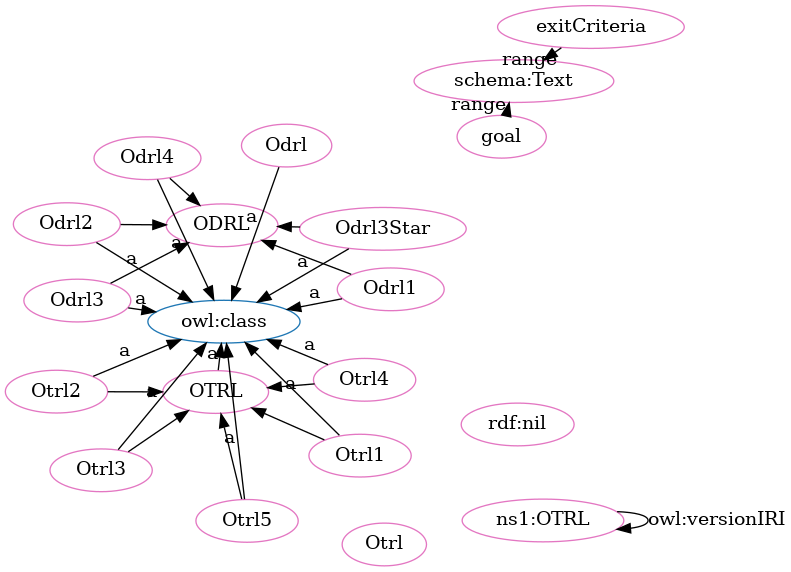
Earlier version of the Graphviz export OTRL-clean.png (OPEN-NEXT/OKH-LOSH). Its source is kept beside it as OTRL-clean.dot.
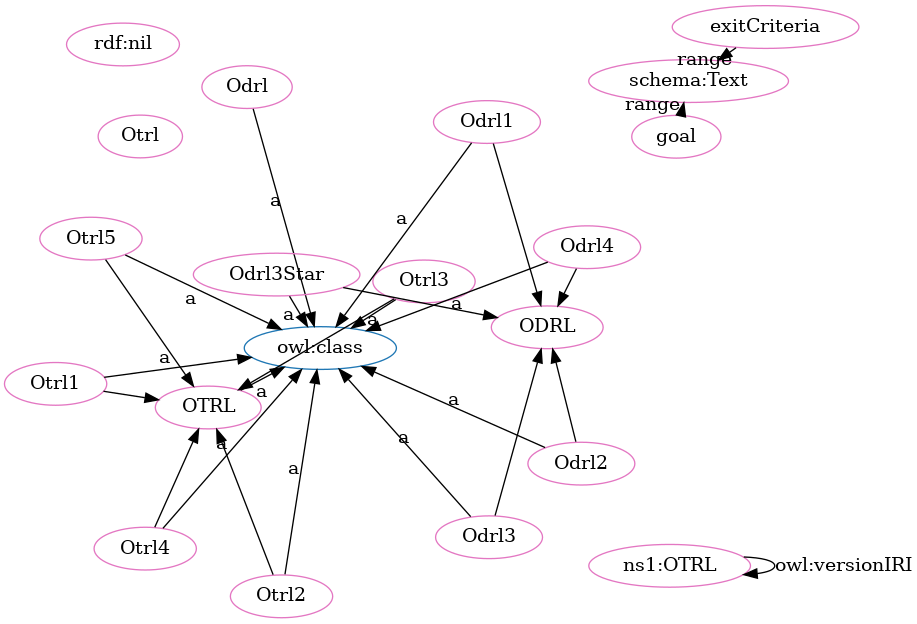
The same file after the commit.

The edit, as a diff of the source:
```diff
@@ -1,51 +1,51 @@
 digraph G {
   rankdir=BT
   node[height=.3]
-"http://purl.org/oseg/ontologies/OTRL#ODRL" [fillcolor="#1f77b4" color="#1f77b4" label="ODRL"]
 "http://purl.org/oseg/ontologies/OTRL#OTRL" [fillcolor="#1f77b4" color="#1f77b4" label="OTRL"]
 "http://www.w3.org/2002/07/owl#class" [fillcolor="#1f77b4" color="#1f77b4" label="owl:class"]
+"http://purl.org/oseg/ontologies/OTRL#ODRL" [fillcolor="#1f77b4" color="#1f77b4" label="ODRL"]
+"http://schema.org/Text" [fillcolor="#e377c2" color="#e377c2" label="schema:Text"]
+"http://purl.org/oseg/ontologies/OTRL#OTRL" [fillcolor="#e377c2" color="#e377c2" label="OTRL"]
+"http://purl.org/oseg/ontologies/OTRL#exitCriteria" [fillcolor="#e377c2" color="#e377c2" label="exitCriteria"]
+"http://purl.org/oseg/ontologies/OTRL#Odrl" [fillcolor="#e377c2" color="#e377c2" label="Odrl"]
 "http://purl.org/oseg/ontologies/OTRL#ODRL" [fillcolor="#e377c2" color="#e377c2" label="ODRL"]
+"http://purl.org/oseg/ontologies/OTRL#Otrl3" [fillcolor="#e377c2" color="#e377c2" label="Otrl3"]
+"http://purl.org/oseg/ontologies/OTRL#Odrl3Star" [fillcolor="#e377c2" color="#e377c2" label="Odrl3Star"]
+"http://purl.org/oseg/ontologies/OTRL#Otrl1" [fillcolor="#e377c2" color="#e377c2" label="Otrl1"]
+"http://purl.org/oseg/ontologies/OTRL#Otrl2" [fillcolor="#e377c2" color="#e377c2" label="Otrl2"]
+"http://purl.org/oseg/ontologies/OTRL#Odrl3" [fillcolor="#e377c2" color="#e377c2" label="Odrl3"]
+"http://www.w3.org/1999/02/22-rdf-syntax-ns#nil" [fillcolor="#e377c2" color="#e377c2" label="rdf:nil"]
+"http://purl.org/oseg/ontologies/OTRL#goal" [fillcolor="#e377c2" color="#e377c2" label="goal"]
+"http://purl.org/oseg/ontologies/OTRL#Otrl4" [fillcolor="#e377c2" color="#e377c2" label="Otrl4"]
+"http://purl.org/oseg/ontologies/OTRL#Odrl2" [fillcolor="#e377c2" color="#e377c2" label="Odrl2"]
+"http://purl.org/oseg/ontologies/OTRL#Otrl5" [fillcolor="#e377c2" color="#e377c2" label="Otrl5"]
+"http://purl.org/oseg/ontologies/OTRL" [fillcolor="#e377c2" color="#e377c2" label="ns1:OTRL"]
+"http://purl.org/oseg/ontologies/OTRL#Odrl4" [fillcolor="#e377c2" color="#e377c2" label="Odrl4"]
+"http://purl.org/oseg/ontologies/OTRL#Odrl1" [fillcolor="#e377c2" color="#e377c2" label="Odrl1"]
 "http://purl.org/oseg/ontologies/OTRL#Otrl" [fillcolor="#e377c2" color="#e377c2" label="Otrl"]
-"http://purl.org/oseg/ontologies/OTRL#Odrl2" [fillcolor="#e377c2" color="#e377c2" label="Odrl2"]
-"http://purl.org/oseg/ontologies/OTRL#OTRL" [fillcolor="#e377c2" color="#e377c2" label="OTRL"]
-"http://schema.org/Text" [fillcolor="#e377c2" color="#e377c2" label="schema:Text"]
-"http://purl.org/oseg/ontologies/OTRL#Odrl4" [fillcolor="#e377c2" color="#e377c2" label="Odrl4"]
-"http://www.w3.org/1999/02/22-rdf-syntax-ns#nil" [fillcolor="#e377c2" color="#e377c2" label="rdf:nil"]
-"http://purl.org/oseg/ontologies/OTRL#Odrl" [fillcolor="#e377c2" color="#e377c2" label="Odrl"]
-"http://purl.org/oseg/ontologies/OTRL#Otrl3" [fillcolor="#e377c2" color="#e377c2" label="Otrl3"]
-"http://purl.org/oseg/ontologies/OTRL#Otrl1" [fillcolor="#e377c2" color="#e377c2" label="Otrl1"]
-"http://purl.org/oseg/ontologies/OTRL#Odrl3" [fillcolor="#e377c2" color="#e377c2" label="Odrl3"]
-"http://purl.org/oseg/ontologies/OTRL#Otrl5" [fillcolor="#e377c2" color="#e377c2" label="Otrl5"]
-"http://purl.org/oseg/ontologies/OTRL#exitCriteria" [fillcolor="#e377c2" color="#e377c2" label="exitCriteria"]
-"http://purl.org/oseg/ontologies/OTRL#Odrl1" [fillcolor="#e377c2" color="#e377c2" label="Odrl1"]
-"http://purl.org/oseg/ontologies/OTRL#goal" [fillcolor="#e377c2" color="#e377c2" label="goal"]
-"http://purl.org/oseg/ontologies/OTRL" [fillcolor="#e377c2" color="#e377c2" label="ns1:OTRL"]
-"http://purl.org/oseg/ontologies/OTRL#Otrl2" [fillcolor="#e377c2" color="#e377c2" label="Otrl2"]
-"http://purl.org/oseg/ontologies/OTRL#Odrl3Star" [fillcolor="#e377c2" color="#e377c2" label="Odrl3Star"]
-"http://purl.org/oseg/ontologies/OTRL#Otrl4" [fillcolor="#e377c2" color="#e377c2" label="Otrl4"]
+  "http://purl.org/oseg/ontologies/OTRL#Odrl" -> "http://www.w3.org/2002/07/owl#class" [label="a"]
+  "http://purl.org/oseg/ontologies/OTRL#Otrl3" -> "http://www.w3.org/2002/07/owl#class" [label="a"]
+  "http://purl.org/oseg/ontologies/OTRL#Odrl3Star" -> "http://www.w3.org/2002/07/owl#class" [label="a"]
+  "http://purl.org/oseg/ontologies/OTRL#Otrl1" -> "http://www.w3.org/2002/07/owl#class" [label="a"]
+  "http://purl.org/oseg/ontologies/OTRL#Otrl2" -> "http://www.w3.org/2002/07/owl#class" [label="a"]
+  "http://purl.org/oseg/ontologies/OTRL#Odrl3Star" -> "http://purl.org/oseg/ontologies/OTRL#ODRL" [label=""]
+  "http://purl.org/oseg/ontologies/OTRL#Odrl3" -> "http://www.w3.org/2002/07/owl#class" [label="a"]
   "http://purl.org/oseg/ontologies/OTRL#Odrl3" -> "http://purl.org/oseg/ontologies/OTRL#ODRL" [label=""]
-  "http://purl.org/oseg/ontologies/OTRL#Otrl1" -> "http://www.w3.org/2002/07/owl#class" [label="a"]
   "http://purl.org/oseg/ontologies/OTRL#Otrl5" -> "http://www.w3.org/2002/07/owl#class" [label="a"]
+  "http://purl.org/oseg/ontologies/OTRL#OTRL" -> "http://www.w3.org/2002/07/owl#class" [label="a"]
+  "http://purl.org/oseg/ontologies/OTRL#Otrl5" -> "http://purl.org/oseg/ontologies/OTRL#OTRL" [label=""]
+  "http://purl.org/oseg/ontologies/OTRL#Odrl1" -> "http://purl.org/oseg/ontologies/OTRL#ODRL" [label=""]
+  "http://purl.org/oseg/ontologies/OTRL#Otrl2" -> "http://purl.org/oseg/ontologies/OTRL#OTRL" [label=""]
+  "http://purl.org/oseg/ontologies/OTRL#Odrl2" -> "http://purl.org/oseg/ontologies/OTRL#ODRL" [label=""]
+  "http://purl.org/oseg/ontologies/OTRL#exitCriteria" -> "http://schema.org/Text" [label="range"]
+  "http://purl.org/oseg/ontologies/OTRL#Otrl4" -> "http://purl.org/oseg/ontologies/OTRL#OTRL" [label=""]
+  "http://purl.org/oseg/ontologies/OTRL#goal" -> "http://schema.org/Text" [label="range"]
+  "http://purl.org/oseg/ontologies/OTRL#Odrl4" -> "http://purl.org/oseg/ontologies/OTRL#ODRL" [label=""]
+  "http://purl.org/oseg/ontologies/OTRL#Otrl4" -> "http://www.w3.org/2002/07/owl#class" [label="a"]
+  "http://purl.org/oseg/ontologies/OTRL#Odrl2" -> "http://www.w3.org/2002/07/owl#class" [label="a"]
+  "http://purl.org/oseg/ontologies/OTRL#Odrl4" -> "http://www.w3.org/2002/07/owl#class" [label="a"]
+  "http://purl.org/oseg/ontologies/OTRL#Odrl1" -> "http://www.w3.org/2002/07/owl#class" [label="a"]
+  "http://purl.org/oseg/ontologies/OTRL#Otrl3" -> "http://purl.org/oseg/ontologies/OTRL#OTRL" [label=""]
   "http://purl.org/oseg/ontologies/OTRL#Otrl1" -> "http://purl.org/oseg/ontologies/OTRL#OTRL" [label=""]
-  "http://purl.org/oseg/ontologies/OTRL#Otrl5" -> "http://purl.org/oseg/ontologies/OTRL#OTRL" [label=""]
-  "http://purl.org/oseg/ontologies/OTRL#Odrl2" -> "http://purl.org/oseg/ontologies/OTRL#ODRL" [label=""]
-  "http://purl.org/oseg/ontologies/OTRL#Odrl3Star" -> "http://purl.org/oseg/ontologies/OTRL#ODRL" [label=""]
-  "http://purl.org/oseg/ontologies/OTRL#Odrl3Star" -> "http://www.w3.org/2002/07/owl#class" [label="a"]
-  "http://purl.org/oseg/ontologies/OTRL#OTRL" -> "http://www.w3.org/2002/07/owl#class" [label="a"]
-  "http://purl.org/oseg/ontologies/OTRL#Odrl1" -> "http://purl.org/oseg/ontologies/OTRL#ODRL" [label=""]
-  "http://purl.org/oseg/ontologies/OTRL#Otrl4" -> "http://www.w3.org/2002/07/owl#class" [label="a"]
   "http://purl.org/oseg/ontologies/OTRL" -> "http://purl.org/oseg/ontologies/OTRL" [label="owl:versionIRI"]
-  "http://purl.org/oseg/ontologies/OTRL#Odrl4" -> "http://purl.org/oseg/ontologies/OTRL#ODRL" [label=""]
-  "http://purl.org/oseg/ontologies/OTRL#Odrl2" -> "http://www.w3.org/2002/07/owl#class" [label="a"]
-  "http://purl.org/oseg/ontologies/OTRL#Otrl2" -> "http://purl.org/oseg/ontologies/OTRL#OTRL" [label=""]
-  "http://purl.org/oseg/ontologies/OTRL#exitCriteria" -> "http://schema.org/Text" [label="range"]
-  "http://purl.org/oseg/ontologies/OTRL#Odrl4" -> "http://www.w3.org/2002/07/owl#class" [label="a"]
-  "http://purl.org/oseg/ontologies/OTRL#goal" -> "http://schema.org/Text" [label="range"]
-  "http://purl.org/oseg/ontologies/OTRL#Otrl3" -> "http://www.w3.org/2002/07/owl#class" [label="a"]
-  "http://purl.org/oseg/ontologies/OTRL#Odrl3" -> "http://www.w3.org/2002/07/owl#class" [label="a"]
-  "http://purl.org/oseg/ontologies/OTRL#Odrl1" -> "http://www.w3.org/2002/07/owl#class" [label="a"]
-  "http://purl.org/oseg/ontologies/OTRL#Otrl4" -> "http://purl.org/oseg/ontologies/OTRL#OTRL" [label=""]
-  "http://purl.org/oseg/ontologies/OTRL#Otrl2" -> "http://www.w3.org/2002/07/owl#class" [label="a"]
-  "http://purl.org/oseg/ontologies/OTRL#Otrl3" -> "http://purl.org/oseg/ontologies/OTRL#OTRL" [label=""]
-  "http://purl.org/oseg/ontologies/OTRL#Odrl" -> "http://www.w3.org/2002/07/owl#class" [label="a"]
 }
```
